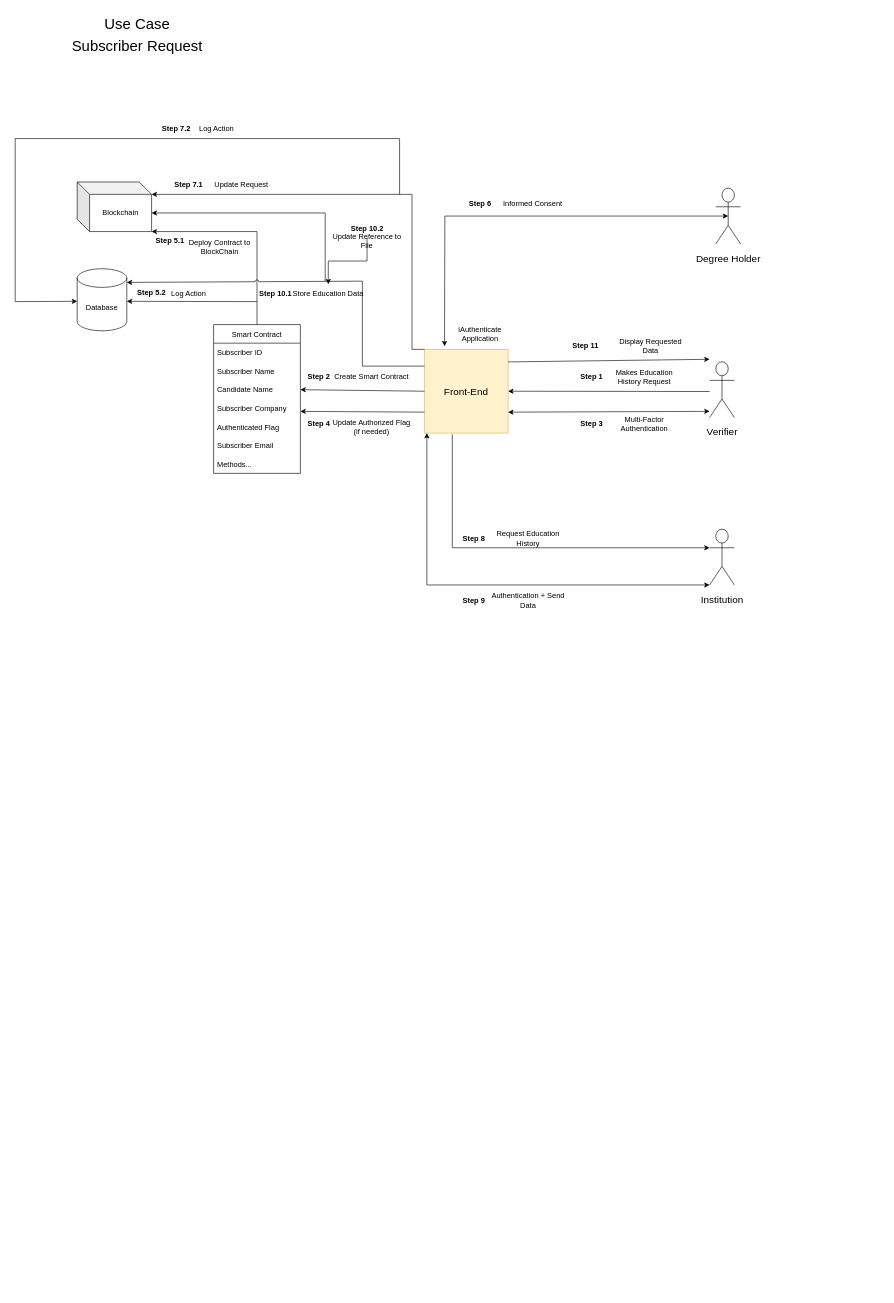
tkalp/AuthenticatorApp keeps this draw.io diagram as AuthenticatorAppUses.drawio. Above is the earlier version. Source tidied: cells renumbered, new cells numbered last; positions are measured from the earlier drawing's top-left corner, leaving out a move shared by most shapes. Both pictures are drawn from the tidied source at 62%, with x=0, y=0 at pixel (15, 20).
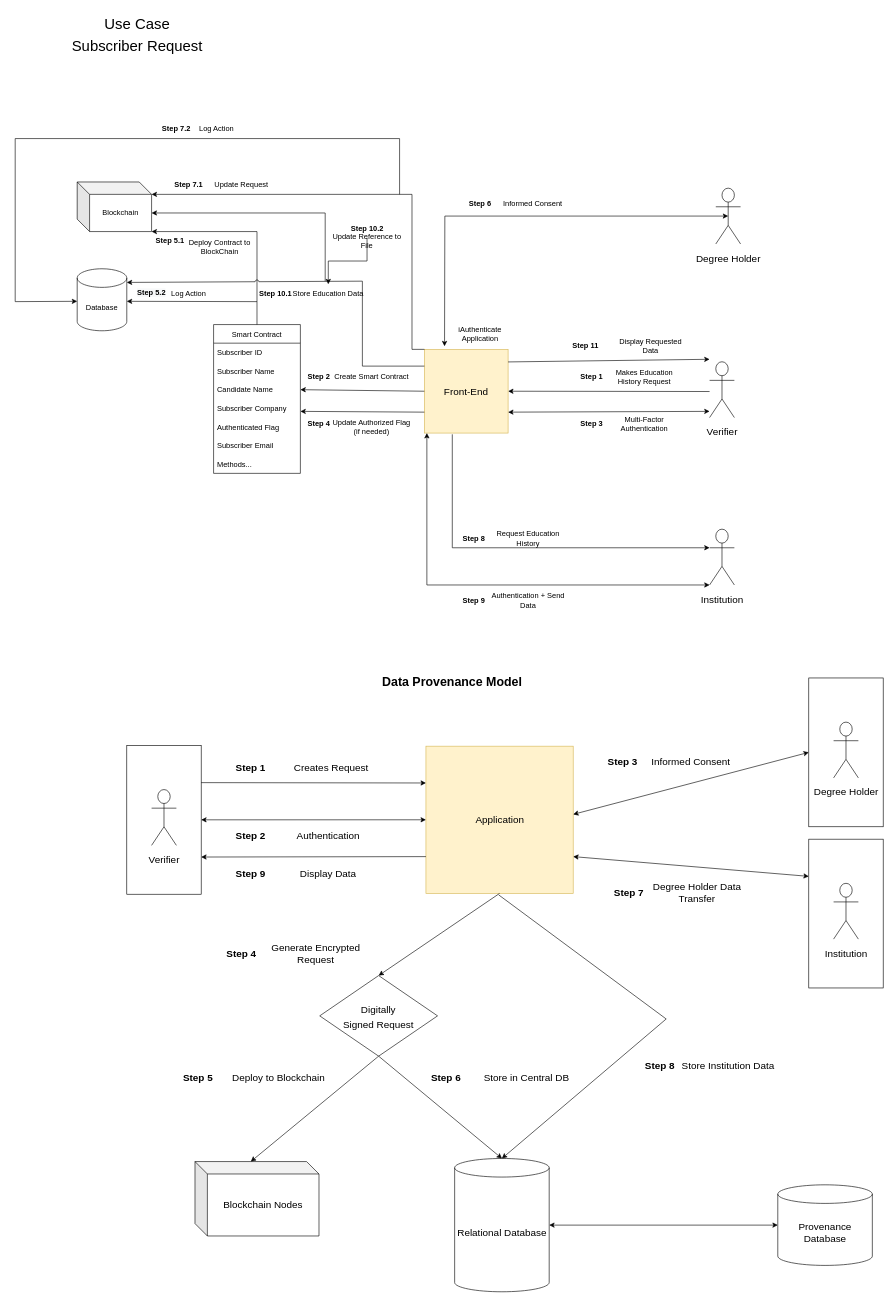
After the change.

The edit, as a diff of the source:
```diff
@@
+    <mxCell id="61" value="Application" style="whiteSpace=wrap;html=1;fontSize=16;fillColor=#fff2cc;strokeColor=#d6b656;fontColor=default;" parent="1" vertex="1">
+      <mxGeometry x="662.5" y="1170" width="237.5" height="237.5" as="geometry" />
+    </mxCell>
+    <mxCell id="62" style="rounded=0;whiteSpace=wrap;html=1;fontSize=16;" parent="1" vertex="1">
+      <mxGeometry x="180" y="1168.8" width="120" height="240" as="geometry" />
+    </mxCell>
+    <mxCell id="63" value="&lt;font style=&quot;font-size: 16px&quot;&gt;Verifier&lt;br&gt;&lt;br&gt;&lt;/font&gt;" style="shape=umlActor;verticalLabelPosition=bottom;verticalAlign=top;html=1;fontSize=24;fillColor=default;strokeColor=default;fontColor=default;" parent="1" vertex="1">
+      <mxGeometry x="220" y="1240" width="40" height="90" as="geometry" />
+    </mxCell>
+    <mxCell id="64" style="endArrow=classic;html=1;rounded=0;fontSize=16;entryX=0;entryY=0.25;entryDx=0;entryDy=0;strokeColor=default;labelBackgroundColor=default;fontColor=default;exitX=1;exitY=0.25;exitDx=0;exitDy=0;" parent="1" edge="1" source="62" target="61">
+      <mxGeometry relative="1" as="geometry" />
+    </mxCell>
+    <mxCell id="65" value="&lt;b style=&quot;font-size: 16px;&quot;&gt;Step 1&lt;/b&gt;" style="text;html=1;strokeColor=none;fillColor=none;align=center;verticalAlign=middle;whiteSpace=wrap;rounded=0;fontSize=16;fontColor=default;" parent="1" vertex="1">
+      <mxGeometry x="350" y="1190" width="60" height="30" as="geometry" />
+    </mxCell>
+    <mxCell id="66" value="Creates Request" style="text;html=1;strokeColor=none;fillColor=none;align=center;verticalAlign=middle;whiteSpace=wrap;rounded=0;fontSize=16;fontColor=default;" parent="1" vertex="1">
+      <mxGeometry x="430" y="1190" width="160" height="30" as="geometry" />
+    </mxCell>
+    <mxCell id="67" style="endArrow=classic;startArrow=classic;html=1;rounded=0;fontSize=12;exitX=1;exitY=0.5;exitDx=0;exitDy=0;strokeColor=default;labelBackgroundColor=default;fontColor=default;entryX=0;entryY=0.5;entryDx=0;entryDy=0;" parent="1" edge="1" source="62" target="61">
+      <mxGeometry relative="1" as="geometry" />
+    </mxCell>
+    <mxCell id="68" value="&lt;b style=&quot;font-size: 16px&quot;&gt;Step 2&lt;/b&gt;" style="text;html=1;strokeColor=none;fillColor=none;align=center;verticalAlign=middle;whiteSpace=wrap;rounded=0;fontSize=16;" parent="1" vertex="1">
+      <mxGeometry x="350" y="1300" width="60" height="30" as="geometry" />
+    </mxCell>
+    <mxCell id="69" value="Authentication" style="text;html=1;strokeColor=none;fillColor=none;align=center;verticalAlign=middle;whiteSpace=wrap;rounded=0;fontSize=16;" parent="1" vertex="1">
+      <mxGeometry x="440" y="1300" width="130" height="30" as="geometry" />
+    </mxCell>
+    <mxCell id="70" style="rounded=0;whiteSpace=wrap;html=1;fontSize=16;" parent="1" vertex="1">
+      <mxGeometry x="1280" y="1060" width="120" height="240" as="geometry" />
+    </mxCell>
+    <mxCell id="71" value="&lt;font style=&quot;font-size: 16px&quot;&gt;Degree Holder&lt;br&gt;&lt;/font&gt;" style="shape=umlActor;verticalLabelPosition=bottom;verticalAlign=top;html=1;fontSize=24;fillColor=default;strokeColor=default;fontColor=default;" parent="1" vertex="1">
+      <mxGeometry x="1320" y="1131.2" width="40" height="90" as="geometry" />
+    </mxCell>
+    <mxCell id="72" style="endArrow=classic;startArrow=classic;html=1;rounded=0;fontSize=12;exitX=1;exitY=0.5;exitDx=0;exitDy=0;strokeColor=default;labelBackgroundColor=default;fontColor=default;entryX=0;entryY=0.5;entryDx=0;entryDy=0;" parent="1" edge="1" target="70">
+      <mxGeometry relative="1" as="geometry">
+        <mxPoint x="900" y="1280" as="sourcePoint" />
+      </mxGeometry>
+    </mxCell>
+    <mxCell id="73" value="Informed Consent" style="text;html=1;strokeColor=none;fillColor=none;align=center;verticalAlign=middle;whiteSpace=wrap;rounded=0;fontSize=16;" parent="1" vertex="1">
+      <mxGeometry x="1010" y="1180" width="160" height="30" as="geometry" />
+    </mxCell>
+    <mxCell id="74" style="endArrow=classic;html=1;rounded=0;fontSize=16;exitX=0.5;exitY=1;exitDx=0;exitDy=0;entryX=0.5;entryY=0;entryDx=0;entryDy=0;" parent="1" edge="1" source="61" target="76">
+      <mxGeometry relative="1" as="geometry" />
+    </mxCell>
+    <mxCell id="75" value="&lt;font style=&quot;font-size: 20px&quot;&gt;&lt;b&gt;Data Provenance Model&lt;/b&gt;&lt;/font&gt;" style="text;html=1;strokeColor=none;fillColor=none;align=center;verticalAlign=middle;whiteSpace=wrap;rounded=0;fontSize=16;" parent="1" vertex="1">
+      <mxGeometry x="580" y="1050" width="250" height="30" as="geometry" />
+    </mxCell>
+    <mxCell id="76" value="&lt;font style=&quot;font-size: 16px&quot;&gt;Digitally &lt;br&gt;Signed Request&lt;/font&gt;" style="rhombus;whiteSpace=wrap;html=1;fontSize=20;" parent="1" vertex="1">
+      <mxGeometry x="491.2" y="1540" width="190" height="130" as="geometry" />
+    </mxCell>
+    <mxCell id="77" value="&lt;b style=&quot;font-size: 16px&quot;&gt;Step 4&lt;/b&gt;" style="text;html=1;strokeColor=none;fillColor=none;align=center;verticalAlign=middle;whiteSpace=wrap;rounded=0;fontSize=16;" parent="1" vertex="1">
+      <mxGeometry x="335" y="1490" width="60" height="30" as="geometry" />
+    </mxCell>
+    <mxCell id="78" value="Generate Encrypted Request" style="text;html=1;strokeColor=none;fillColor=none;align=center;verticalAlign=middle;whiteSpace=wrap;rounded=0;fontSize=16;" parent="1" vertex="1">
+      <mxGeometry x="385" y="1490" width="200" height="30" as="geometry" />
+    </mxCell>
+    <mxCell id="79" value="&lt;font style=&quot;font-size: 16px&quot;&gt;Blockchain Nodes&lt;/font&gt;" style="shape=cube;whiteSpace=wrap;html=1;boundedLbl=1;backgroundOutline=1;darkOpacity=0.05;darkOpacity2=0.1;fontSize=12;fillColor=default;strokeColor=default;fontColor=default;" parent="1" vertex="1">
+      <mxGeometry x="290" y="1840" width="200" height="120" as="geometry" />
+    </mxCell>
+    <mxCell id="80" style="endArrow=classic;html=1;rounded=0;fontSize=16;exitX=0.5;exitY=1;exitDx=0;exitDy=0;entryX=0;entryY=0;entryDx=90;entryDy=0;entryPerimeter=0;" parent="1" edge="1" source="76" target="79">
+      <mxGeometry relative="1" as="geometry" />
+    </mxCell>
+    <mxCell id="81" value="&lt;b style=&quot;font-size: 16px&quot;&gt;Step 5&lt;/b&gt;" style="text;html=1;strokeColor=none;fillColor=none;align=center;verticalAlign=middle;whiteSpace=wrap;rounded=0;fontSize=16;" parent="1" vertex="1">
+      <mxGeometry x="265" y="1690" width="60" height="30" as="geometry" />
+    </mxCell>
+    <mxCell id="82" value="Deploy to Blockchain" style="text;html=1;strokeColor=none;fillColor=none;align=center;verticalAlign=middle;whiteSpace=wrap;rounded=0;fontSize=16;" parent="1" vertex="1">
+      <mxGeometry x="325" y="1690" width="200" height="30" as="geometry" />
+    </mxCell>
+    <mxCell id="83" value="&lt;span style=&quot;font-size: 16px&quot;&gt;Relational Database&lt;/span&gt;" style="shape=cylinder3;whiteSpace=wrap;html=1;boundedLbl=1;backgroundOutline=1;size=15;fontSize=12;fillColor=default;strokeColor=default;fontColor=default;" parent="1" vertex="1">
+      <mxGeometry x="708.8" y="1835" width="152.5" height="215" as="geometry" />
+    </mxCell>
+    <mxCell id="84" style="endArrow=classic;html=1;rounded=0;fontSize=16;exitX=0.5;exitY=1;exitDx=0;exitDy=0;entryX=0.5;entryY=0;entryDx=0;entryDy=0;entryPerimeter=0;" parent="1" edge="1" source="76" target="83">
+      <mxGeometry relative="1" as="geometry" />
+    </mxCell>
+    <mxCell id="85" value="&lt;b style=&quot;font-size: 16px&quot;&gt;Step 6&lt;/b&gt;" style="text;html=1;strokeColor=none;fillColor=none;align=center;verticalAlign=middle;whiteSpace=wrap;rounded=0;fontSize=16;" parent="1" vertex="1">
+      <mxGeometry x="665" y="1690" width="60" height="30" as="geometry" />
+    </mxCell>
+    <mxCell id="86" value="Store in Central DB" style="text;html=1;strokeColor=none;fillColor=none;align=center;verticalAlign=middle;whiteSpace=wrap;rounded=0;fontSize=16;" parent="1" vertex="1">
+      <mxGeometry x="725" y="1690" width="200" height="30" as="geometry" />
+    </mxCell>
+    <mxCell id="87" style="rounded=0;whiteSpace=wrap;html=1;fontSize=16;" parent="1" vertex="1">
+      <mxGeometry x="1280" y="1320" width="120" height="240" as="geometry" />
+    </mxCell>
+    <mxCell id="88" value="&lt;font style=&quot;font-size: 16px&quot;&gt;Institution&lt;br&gt;&lt;/font&gt;" style="shape=umlActor;verticalLabelPosition=bottom;verticalAlign=top;html=1;fontSize=24;fillColor=default;strokeColor=default;fontColor=default;" parent="1" vertex="1">
+      <mxGeometry x="1320" y="1391.2" width="40" height="90" as="geometry" />
+    </mxCell>
+    <mxCell id="89" style="endArrow=classic;startArrow=classic;html=1;rounded=0;fontSize=12;exitX=1;exitY=0.75;exitDx=0;exitDy=0;strokeColor=default;labelBackgroundColor=default;fontColor=default;entryX=0;entryY=0.25;entryDx=0;entryDy=0;" parent="1" edge="1" source="61" target="87">
+      <mxGeometry relative="1" as="geometry" />
+    </mxCell>
+    <mxCell id="90" value="&lt;b style=&quot;font-size: 16px&quot;&gt;Step 7&lt;/b&gt;" style="text;html=1;strokeColor=none;fillColor=none;align=center;verticalAlign=middle;whiteSpace=wrap;rounded=0;fontSize=16;" parent="1" vertex="1">
+      <mxGeometry x="960" y="1391.2" width="60" height="30" as="geometry" />
+    </mxCell>
+    <mxCell id="91" value="Degree Holder Data Transfer" style="text;html=1;strokeColor=none;fillColor=none;align=center;verticalAlign=middle;whiteSpace=wrap;rounded=0;fontSize=16;" parent="1" vertex="1">
+      <mxGeometry x="1020" y="1391.2" width="160" height="30" as="geometry" />
+    </mxCell>
+    <mxCell id="92" value="&lt;b style=&quot;font-size: 16px&quot;&gt;Step 3&lt;/b&gt;" style="text;html=1;strokeColor=none;fillColor=none;align=center;verticalAlign=middle;whiteSpace=wrap;rounded=0;fontSize=16;" parent="1" vertex="1">
+      <mxGeometry x="950" y="1180" width="60" height="30" as="geometry" />
+    </mxCell>
+    <mxCell id="93" style="endArrow=classic;html=1;rounded=0;fontSize=16;entryX=0.5;entryY=0;entryDx=0;entryDy=0;entryPerimeter=0;" parent="1" edge="1" target="83">
+      <mxGeometry relative="1" as="geometry">
+        <mxPoint x="780" y="1410" as="sourcePoint" />
+        <Array as="points">
+          <mxPoint x="1050" y="1610" />
+        </Array>
+      </mxGeometry>
+    </mxCell>
+    <mxCell id="94" value="&lt;b style=&quot;font-size: 16px&quot;&gt;Step 8&lt;/b&gt;" style="text;html=1;strokeColor=none;fillColor=none;align=center;verticalAlign=middle;whiteSpace=wrap;rounded=0;fontSize=16;" parent="1" vertex="1">
+      <mxGeometry x="1010" y="1670" width="60" height="30" as="geometry" />
+    </mxCell>
+    <mxCell id="95" value="Store Institution Data" style="text;html=1;strokeColor=none;fillColor=none;align=center;verticalAlign=middle;whiteSpace=wrap;rounded=0;fontSize=16;" parent="1" vertex="1">
+      <mxGeometry x="1070" y="1670" width="160" height="30" as="geometry" />
+    </mxCell>
+    <mxCell id="96" style="endArrow=classic;html=1;rounded=0;fontSize=16;entryX=1;entryY=0.75;entryDx=0;entryDy=0;strokeColor=default;labelBackgroundColor=default;fontColor=default;exitX=0;exitY=0.75;exitDx=0;exitDy=0;" parent="1" edge="1" source="61" target="62">
+      <mxGeometry relative="1" as="geometry" />
+    </mxCell>
+    <mxCell id="97" value="&lt;b style=&quot;font-size: 16px&quot;&gt;Step 9&lt;/b&gt;" style="text;html=1;strokeColor=none;fillColor=none;align=center;verticalAlign=middle;whiteSpace=wrap;rounded=0;fontSize=16;" parent="1" vertex="1">
+      <mxGeometry x="350" y="1361.2" width="60" height="30" as="geometry" />
+    </mxCell>
+    <mxCell id="98" value="Display Data" style="text;html=1;strokeColor=none;fillColor=none;align=center;verticalAlign=middle;whiteSpace=wrap;rounded=0;fontSize=16;" parent="1" vertex="1">
+      <mxGeometry x="440" y="1361.2" width="130" height="30" as="geometry" />
+    </mxCell>
+    <mxCell id="99" value="&lt;span style=&quot;font-size: 16px&quot;&gt;Provenance Database&lt;/span&gt;" style="shape=cylinder3;whiteSpace=wrap;html=1;boundedLbl=1;backgroundOutline=1;size=15;fontSize=12;fillColor=default;strokeColor=default;fontColor=default;" parent="1" vertex="1">
+      <mxGeometry x="1230" y="1877.5" width="152.5" height="130" as="geometry" />
+    </mxCell>
+    <mxCell id="100" style="endArrow=classic;startArrow=classic;html=1;rounded=0;fontSize=16;exitX=1;exitY=0.5;exitDx=0;exitDy=0;exitPerimeter=0;entryX=0;entryY=0.5;entryDx=0;entryDy=0;entryPerimeter=0;" parent="1" edge="1" source="83" target="99">
+      <mxGeometry relative="1" as="geometry" />
+    </mxCell>
```
